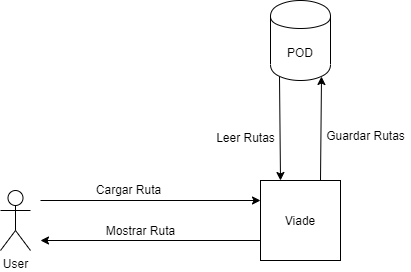
This is src/docs/images/sistemaycontexto31.png from Arquisoft/viade_es1a, a draw.io export, as it was before one commit. Source tidied: cells renumbered, new cells last; positions are measured from the earlier drawing's top-left corner, leaving out a move shared by most shapes.
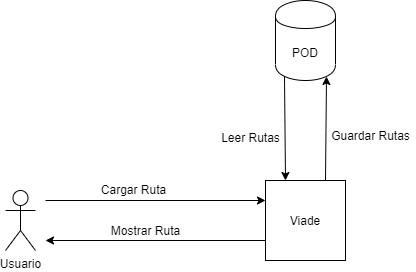
Above is the later version.

The edit, as a diff of the source:
```diff
@@ -2,7 +2,7 @@
   <root>
     <mxCell id="0" />
     <mxCell id="1" parent="0" />
-    <mxCell id="2" value="User" style="shape=umlActor;verticalLabelPosition=bottom;labelBackgroundColor=#ffffff;verticalAlign=top;html=1;" parent="1" vertex="1">
+    <mxCell id="2" value="Usuario" style="shape=umlActor;verticalLabelPosition=bottom;labelBackgroundColor=#ffffff;verticalAlign=top;html=1;" parent="1" vertex="1">
       <mxGeometry y="190" width="30" height="60" as="geometry" />
     </mxCell>
     <mxCell id="3" value="Viade" style="whiteSpace=wrap;html=1;" parent="1" vertex="1">
```
